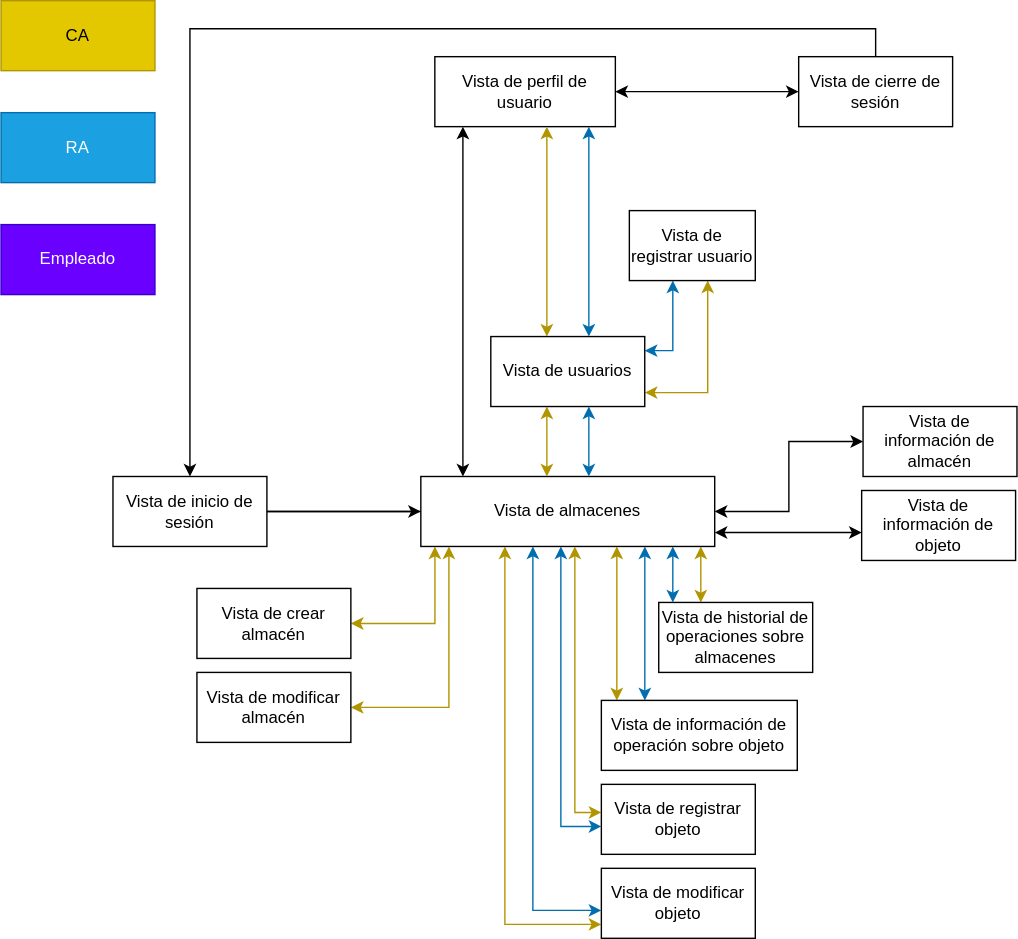
Above: assets/Diagrama de navegación.svg in Emilio-115/Proyecto-IR-G2-12 (draw.io), before the change. Source tidied: cells renumbered, new cells last; positions are measured from the earlier drawing's top-left corner, leaving out a move shared by most shapes. The source it was exported from:
```xml
<mxGraphModel>
  <root>
    <mxCell id="0" />
    <mxCell id="1" parent="0" />
    <mxCell id="2" style="edgeStyle=orthogonalEdgeStyle;rounded=0;jettySize=auto;html=1;" parent="1" edge="1" source="3" target="18">
      <mxGeometry relative="1" as="geometry" />
    </mxCell>
    <mxCell id="3" value="Vista de inicio de sesión" style="html=1;whiteSpace=wrap;" parent="1" vertex="1">
      <mxGeometry x="80" y="340" width="110" height="50" as="geometry" />
    </mxCell>
    <mxCell id="4" style="edgeStyle=orthogonalEdgeStyle;rounded=0;jettySize=auto;html=1;endArrow=none;endFill=0;" parent="1" edge="1" source="18" target="3">
      <mxGeometry relative="1" as="geometry" />
    </mxCell>
    <mxCell id="5" style="edgeStyle=orthogonalEdgeStyle;rounded=0;jettySize=auto;html=1;startArrow=classic;startFill=1;" parent="1" edge="1" source="18" target="24">
      <mxGeometry relative="1" as="geometry">
        <Array as="points">
          <mxPoint x="330" y="210" />
          <mxPoint x="330" y="210" />
        </Array>
      </mxGeometry>
    </mxCell>
    <mxCell id="6" style="edgeStyle=orthogonalEdgeStyle;rounded=0;jettySize=auto;html=1;fillColor=#e3c800;strokeColor=#B09500;startArrow=classic;startFill=1;" parent="1" edge="1" source="18" target="33">
      <mxGeometry relative="1" as="geometry">
        <Array as="points">
          <mxPoint x="310" y="445" />
        </Array>
      </mxGeometry>
    </mxCell>
    <mxCell id="7" style="edgeStyle=orthogonalEdgeStyle;rounded=0;jettySize=auto;html=1;startArrow=classic;startFill=1;fillColor=#e3c800;strokeColor=#B09500;" parent="1" edge="1" source="18" target="34">
      <mxGeometry relative="1" as="geometry">
        <Array as="points">
          <mxPoint x="320" y="505" />
        </Array>
      </mxGeometry>
    </mxCell>
    <mxCell id="8" style="edgeStyle=orthogonalEdgeStyle;rounded=0;jettySize=auto;html=1;startArrow=classic;startFill=1;fillColor=#1ba1e2;strokeColor=#006EAF;" parent="1" edge="1" source="18" target="35">
      <mxGeometry relative="1" as="geometry">
        <Array as="points">
          <mxPoint x="400" y="590" />
        </Array>
      </mxGeometry>
    </mxCell>
    <mxCell id="9" style="edgeStyle=orthogonalEdgeStyle;rounded=0;jettySize=auto;html=1;startArrow=classic;startFill=1;fillColor=#1ba1e2;strokeColor=#006EAF;" parent="1" edge="1" source="18" target="36">
      <mxGeometry relative="1" as="geometry">
        <Array as="points">
          <mxPoint x="380" y="650" />
        </Array>
      </mxGeometry>
    </mxCell>
    <mxCell id="10" style="edgeStyle=orthogonalEdgeStyle;rounded=0;jettySize=auto;html=1;startArrow=classic;startFill=1;" parent="1" edge="1" source="18" target="37">
      <mxGeometry relative="1" as="geometry">
        <Array as="points">
          <mxPoint x="570" y="380" />
          <mxPoint x="570" y="380" />
        </Array>
      </mxGeometry>
    </mxCell>
    <mxCell id="11" style="edgeStyle=orthogonalEdgeStyle;rounded=0;jettySize=auto;html=1;fillColor=#1ba1e2;strokeColor=#006EAF;startArrow=classic;startFill=1;" parent="1" edge="1" source="18" target="38">
      <mxGeometry relative="1" as="geometry">
        <Array as="points">
          <mxPoint x="460" y="420" />
          <mxPoint x="460" y="420" />
        </Array>
      </mxGeometry>
    </mxCell>
    <mxCell id="12" style="edgeStyle=orthogonalEdgeStyle;rounded=0;jettySize=auto;html=1;startArrow=classic;startFill=1;fillColor=#e3c800;strokeColor=#B09500;" parent="1" edge="1" source="18" target="36">
      <mxGeometry relative="1" as="geometry">
        <Array as="points">
          <mxPoint x="360" y="660" />
        </Array>
      </mxGeometry>
    </mxCell>
    <mxCell id="13" style="edgeStyle=orthogonalEdgeStyle;rounded=0;jettySize=auto;html=1;startArrow=classic;startFill=1;fillColor=#e3c800;strokeColor=#B09500;" parent="1" edge="1" source="18" target="35">
      <mxGeometry relative="1" as="geometry">
        <Array as="points">
          <mxPoint x="410" y="580" />
        </Array>
      </mxGeometry>
    </mxCell>
    <mxCell id="14" style="edgeStyle=orthogonalEdgeStyle;rounded=0;jettySize=auto;html=1;startArrow=classic;startFill=1;fillColor=#e3c800;strokeColor=#B09500;" parent="1" edge="1" source="18" target="38">
      <mxGeometry relative="1" as="geometry">
        <Array as="points">
          <mxPoint x="440" y="470" />
          <mxPoint x="440" y="470" />
        </Array>
      </mxGeometry>
    </mxCell>
    <mxCell id="15" style="edgeStyle=orthogonalEdgeStyle;rounded=0;jettySize=auto;html=1;startArrow=classic;startFill=1;fillColor=#1ba1e2;strokeColor=#006EAF;" parent="1" edge="1" source="18" target="39">
      <mxGeometry relative="1" as="geometry">
        <Array as="points">
          <mxPoint x="480" y="420" />
          <mxPoint x="480" y="420" />
        </Array>
      </mxGeometry>
    </mxCell>
    <mxCell id="16" style="edgeStyle=orthogonalEdgeStyle;rounded=0;jettySize=auto;html=1;startArrow=classic;startFill=1;fillColor=#e3c800;strokeColor=#B09500;" parent="1" edge="1" source="18" target="39">
      <mxGeometry relative="1" as="geometry">
        <Array as="points">
          <mxPoint x="500" y="410" />
          <mxPoint x="500" y="410" />
        </Array>
      </mxGeometry>
    </mxCell>
    <mxCell id="17" style="edgeStyle=orthogonalEdgeStyle;rounded=0;jettySize=auto;html=1;startArrow=classic;startFill=1;" parent="1" edge="1" source="18" target="41">
      <mxGeometry relative="1" as="geometry" />
    </mxCell>
    <mxCell id="18" value="Vista de almacenes" style="html=1;whiteSpace=wrap;" parent="1" vertex="1">
      <mxGeometry x="300" y="340" width="210" height="50" as="geometry" />
    </mxCell>
    <mxCell id="19" value="RA" style="html=1;whiteSpace=wrap;fillColor=#1ba1e2;strokeColor=#006EAF;fontColor=#ffffff;" parent="1" vertex="1">
      <mxGeometry y="80" width="110" height="50" as="geometry" />
    </mxCell>
    <mxCell id="20" value="Empleado" style="html=1;whiteSpace=wrap;fillColor=#6a00ff;strokeColor=#3700CC;fontColor=#ffffff;" parent="1" vertex="1">
      <mxGeometry y="160" width="110" height="50" as="geometry" />
    </mxCell>
    <mxCell id="21" value="CA" style="html=1;whiteSpace=wrap;fillColor=#e3c800;strokeColor=#B09500;fontColor=#000000;" parent="1" vertex="1">
      <mxGeometry width="110" height="50" as="geometry" />
    </mxCell>
    <mxCell id="22" style="edgeStyle=orthogonalEdgeStyle;rounded=0;jettySize=auto;html=1;endArrow=classic;endFill=1;startArrow=classic;startFill=1;" parent="1" edge="1" source="24" target="26">
      <mxGeometry relative="1" as="geometry" />
    </mxCell>
    <mxCell id="23" style="edgeStyle=orthogonalEdgeStyle;rounded=0;jettySize=auto;html=1;fillColor=#1ba1e2;strokeColor=#006EAF;startArrow=classic;startFill=1;" parent="1" edge="1" source="24" target="32">
      <mxGeometry relative="1" as="geometry">
        <Array as="points">
          <mxPoint x="420" y="170" />
          <mxPoint x="420" y="170" />
        </Array>
      </mxGeometry>
    </mxCell>
    <mxCell id="24" value="Vista de perfil de usuario" style="html=1;whiteSpace=wrap;" parent="1" vertex="1">
      <mxGeometry x="310" y="40" width="129" height="50" as="geometry" />
    </mxCell>
    <mxCell id="25" style="edgeStyle=orthogonalEdgeStyle;rounded=0;jettySize=auto;html=1;exitX=0.5;exitY=0;exitDx=0;exitDy=0;" parent="1" edge="1" source="26" target="3">
      <mxGeometry relative="1" as="geometry" />
    </mxCell>
    <mxCell id="26" value="Vista de cierre de sesión" style="html=1;whiteSpace=wrap;" parent="1" vertex="1">
      <mxGeometry x="570" y="40" width="110" height="50" as="geometry" />
    </mxCell>
    <mxCell id="27" style="edgeStyle=orthogonalEdgeStyle;rounded=0;jettySize=auto;html=1;fillColor=#e3c800;strokeColor=#B09500;startArrow=classic;startFill=1;" parent="1" edge="1" source="32" target="24">
      <mxGeometry relative="1" as="geometry">
        <Array as="points">
          <mxPoint x="390" y="160" />
          <mxPoint x="390" y="160" />
        </Array>
      </mxGeometry>
    </mxCell>
    <mxCell id="28" style="edgeStyle=orthogonalEdgeStyle;rounded=0;jettySize=auto;html=1;fillColor=#1ba1e2;strokeColor=#006EAF;startArrow=classic;startFill=1;" parent="1" edge="1" source="32" target="18">
      <mxGeometry relative="1" as="geometry">
        <Array as="points">
          <mxPoint x="420" y="320" />
          <mxPoint x="420" y="320" />
        </Array>
      </mxGeometry>
    </mxCell>
    <mxCell id="29" style="edgeStyle=orthogonalEdgeStyle;rounded=0;jettySize=auto;html=1;fillColor=#e3c800;strokeColor=#B09500;startArrow=classic;startFill=1;" parent="1" edge="1" source="32" target="18">
      <mxGeometry relative="1" as="geometry">
        <Array as="points">
          <mxPoint x="390" y="310" />
          <mxPoint x="390" y="310" />
        </Array>
      </mxGeometry>
    </mxCell>
    <mxCell id="30" style="edgeStyle=orthogonalEdgeStyle;rounded=0;jettySize=auto;html=1;startArrow=classic;startFill=1;fillColor=#1ba1e2;strokeColor=#006EAF;" parent="1" edge="1" source="32" target="40">
      <mxGeometry relative="1" as="geometry">
        <Array as="points">
          <mxPoint x="480" y="250" />
        </Array>
      </mxGeometry>
    </mxCell>
    <mxCell id="31" style="edgeStyle=orthogonalEdgeStyle;rounded=0;jettySize=auto;html=1;fillColor=#e3c800;strokeColor=#B09500;startArrow=classic;startFill=1;" parent="1" edge="1" source="32" target="40">
      <mxGeometry relative="1" as="geometry">
        <Array as="points">
          <mxPoint x="505" y="280" />
        </Array>
      </mxGeometry>
    </mxCell>
    <mxCell id="32" value="Vista de usuarios" style="html=1;whiteSpace=wrap;" parent="1" vertex="1">
      <mxGeometry x="350" y="240" width="110" height="50" as="geometry" />
    </mxCell>
    <mxCell id="33" value="Vista de crear almacén" style="html=1;whiteSpace=wrap;" parent="1" vertex="1">
      <mxGeometry x="140" y="420" width="110" height="50" as="geometry" />
    </mxCell>
    <mxCell id="34" value="Vista de modificar almacén" style="html=1;whiteSpace=wrap;" parent="1" vertex="1">
      <mxGeometry x="140" y="480" width="110" height="50" as="geometry" />
    </mxCell>
    <mxCell id="35" value="Vista de registrar objeto" style="html=1;whiteSpace=wrap;" parent="1" vertex="1">
      <mxGeometry x="429" y="560" width="110" height="50" as="geometry" />
    </mxCell>
    <mxCell id="36" value="Vista de modificar objeto" style="html=1;whiteSpace=wrap;" parent="1" vertex="1">
      <mxGeometry x="429" y="620" width="110" height="50" as="geometry" />
    </mxCell>
    <mxCell id="37" value="Vista de información de objeto" style="html=1;whiteSpace=wrap;" parent="1" vertex="1">
      <mxGeometry x="615" y="350" width="110" height="50" as="geometry" />
    </mxCell>
    <mxCell id="38" value="Vista de información de operación sobre objeto" style="html=1;whiteSpace=wrap;" parent="1" vertex="1">
      <mxGeometry x="429" y="500" width="140" height="50" as="geometry" />
    </mxCell>
    <mxCell id="39" value="Vista de historial de operaciones sobre almacenes" style="html=1;whiteSpace=wrap;" parent="1" vertex="1">
      <mxGeometry x="470" y="430" width="110" height="50" as="geometry" />
    </mxCell>
    <mxCell id="40" value="Vista de registrar usuario" style="html=1;whiteSpace=wrap;" parent="1" vertex="1">
      <mxGeometry x="449" y="150" width="90" height="50" as="geometry" />
    </mxCell>
    <mxCell id="41" value="Vista de información de almacén" style="html=1;whiteSpace=wrap;" parent="1" vertex="1">
      <mxGeometry x="616" y="290" width="110" height="50" as="geometry" />
    </mxCell>
  </root>
</mxGraphModel>
```
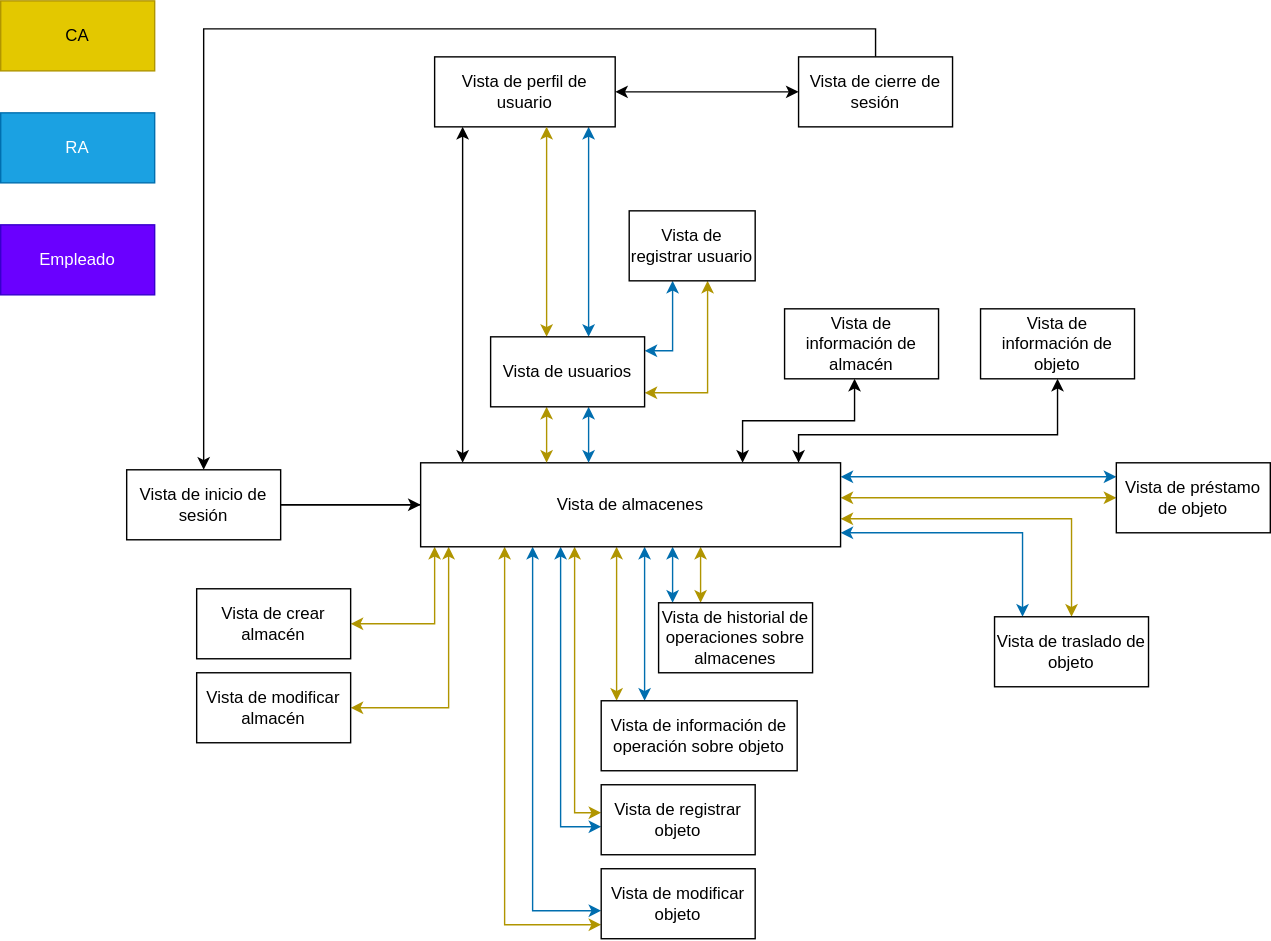
The same file after the commit.

Commit message:
Diagrama de navegacion mas completo

The edit, as a diff of the source:
```diff
@@ -6,7 +6,7 @@
       <mxGeometry relative="1" as="geometry" />
     </mxCell>
     <mxCell id="3" value="Vista de inicio de sesión" style="html=1;whiteSpace=wrap;" parent="1" vertex="1">
-      <mxGeometry x="80" y="340" width="110" height="50" as="geometry" />
+      <mxGeometry x="90" y="335" width="110" height="50" as="geometry" />
     </mxCell>
     <mxCell id="4" style="edgeStyle=orthogonalEdgeStyle;rounded=0;jettySize=auto;html=1;endArrow=none;endFill=0;" parent="1" edge="1" source="18" target="3">
       <mxGeometry relative="1" as="geometry" />
@@ -50,8 +50,8 @@
     <mxCell id="10" style="edgeStyle=orthogonalEdgeStyle;rounded=0;jettySize=auto;html=1;startArrow=classic;startFill=1;" parent="1" edge="1" source="18" target="37">
       <mxGeometry relative="1" as="geometry">
         <Array as="points">
-          <mxPoint x="570" y="380" />
-          <mxPoint x="570" y="380" />
+          <mxPoint x="570" y="310" />
+          <mxPoint x="755" y="310" />
         </Array>
       </mxGeometry>
     </mxCell>
@@ -102,10 +102,45 @@
       </mxGeometry>
     </mxCell>
     <mxCell id="17" style="edgeStyle=orthogonalEdgeStyle;rounded=0;jettySize=auto;html=1;startArrow=classic;startFill=1;" parent="1" edge="1" source="18" target="41">
-      <mxGeometry relative="1" as="geometry" />
+      <mxGeometry relative="1" as="geometry">
+        <Array as="points">
+          <mxPoint x="530" y="300" />
+          <mxPoint x="610" y="300" />
+        </Array>
+      </mxGeometry>
     </mxCell>
+    <mxCell id="42" style="edgeStyle=orthogonalEdgeStyle;rounded=0;jettySize=auto;html=1;startArrow=classic;startFill=1;fillColor=#1ba1e2;strokeColor=#006EAF;" parent="1" edge="1" source="18" target="46">
+      <mxGeometry relative="1" as="geometry">
+        <Array as="points">
+          <mxPoint x="670" y="340" />
+          <mxPoint x="670" y="340" />
+        </Array>
+      </mxGeometry>
+    </mxCell>
+    <mxCell id="43" style="edgeStyle=orthogonalEdgeStyle;rounded=0;jettySize=auto;html=1;startArrow=classic;startFill=1;fillColor=#1ba1e2;strokeColor=#006EAF;" parent="1" edge="1" source="18" target="47">
+      <mxGeometry relative="1" as="geometry">
+        <Array as="points">
+          <mxPoint x="730" y="380" />
+        </Array>
+      </mxGeometry>
+    </mxCell>
+    <mxCell id="44" style="edgeStyle=orthogonalEdgeStyle;rounded=0;jettySize=auto;html=1;startArrow=classic;startFill=1;fillColor=#e3c800;strokeColor=#B09500;" parent="1" edge="1" source="18" target="47">
+      <mxGeometry relative="1" as="geometry">
+        <Array as="points">
+          <mxPoint x="765" y="370" />
+        </Array>
+      </mxGeometry>
+    </mxCell>
+    <mxCell id="45" style="edgeStyle=orthogonalEdgeStyle;rounded=0;jettySize=auto;html=1;startArrow=classic;startFill=1;fillColor=#e3c800;strokeColor=#B09500;" parent="1" edge="1" source="18" target="46">
+      <mxGeometry relative="1" as="geometry">
+        <Array as="points">
+          <mxPoint x="650" y="355" />
+          <mxPoint x="650" y="355" />
+        </Array>
+      </mxGeometry>
+    </mxCell>
     <mxCell id="18" value="Vista de almacenes" style="html=1;whiteSpace=wrap;" parent="1" vertex="1">
-      <mxGeometry x="300" y="340" width="210" height="50" as="geometry" />
+      <mxGeometry x="300" y="330" width="300" height="60" as="geometry" />
     </mxCell>
     <mxCell id="19" value="RA" style="html=1;whiteSpace=wrap;fillColor=#1ba1e2;strokeColor=#006EAF;fontColor=#ffffff;" parent="1" vertex="1">
       <mxGeometry y="80" width="110" height="50" as="geometry" />
@@ -190,7 +225,7 @@
       <mxGeometry x="429" y="620" width="110" height="50" as="geometry" />
     </mxCell>
     <mxCell id="37" value="Vista de información de objeto" style="html=1;whiteSpace=wrap;" parent="1" vertex="1">
-      <mxGeometry x="615" y="350" width="110" height="50" as="geometry" />
+      <mxGeometry x="700" y="220" width="110" height="50" as="geometry" />
     </mxCell>
     <mxCell id="38" value="Vista de información de operación sobre objeto" style="html=1;whiteSpace=wrap;" parent="1" vertex="1">
       <mxGeometry x="429" y="500" width="140" height="50" as="geometry" />
@@ -202,7 +237,13 @@
       <mxGeometry x="449" y="150" width="90" height="50" as="geometry" />
     </mxCell>
     <mxCell id="41" value="Vista de información de almacén" style="html=1;whiteSpace=wrap;" parent="1" vertex="1">
-      <mxGeometry x="616" y="290" width="110" height="50" as="geometry" />
+      <mxGeometry x="560" y="220" width="110" height="50" as="geometry" />
     </mxCell>
+    <mxCell id="46" value="Vista de préstamo de objeto" style="html=1;whiteSpace=wrap;" parent="1" vertex="1">
+      <mxGeometry x="797" y="330" width="110" height="50" as="geometry" />
+    </mxCell>
+    <mxCell id="47" value="Vista de traslado de objeto" style="html=1;whiteSpace=wrap;" parent="1" vertex="1">
+      <mxGeometry x="710" y="440" width="110" height="50" as="geometry" />
+    </mxCell>
   </root>
 </mxGraphModel>
```
